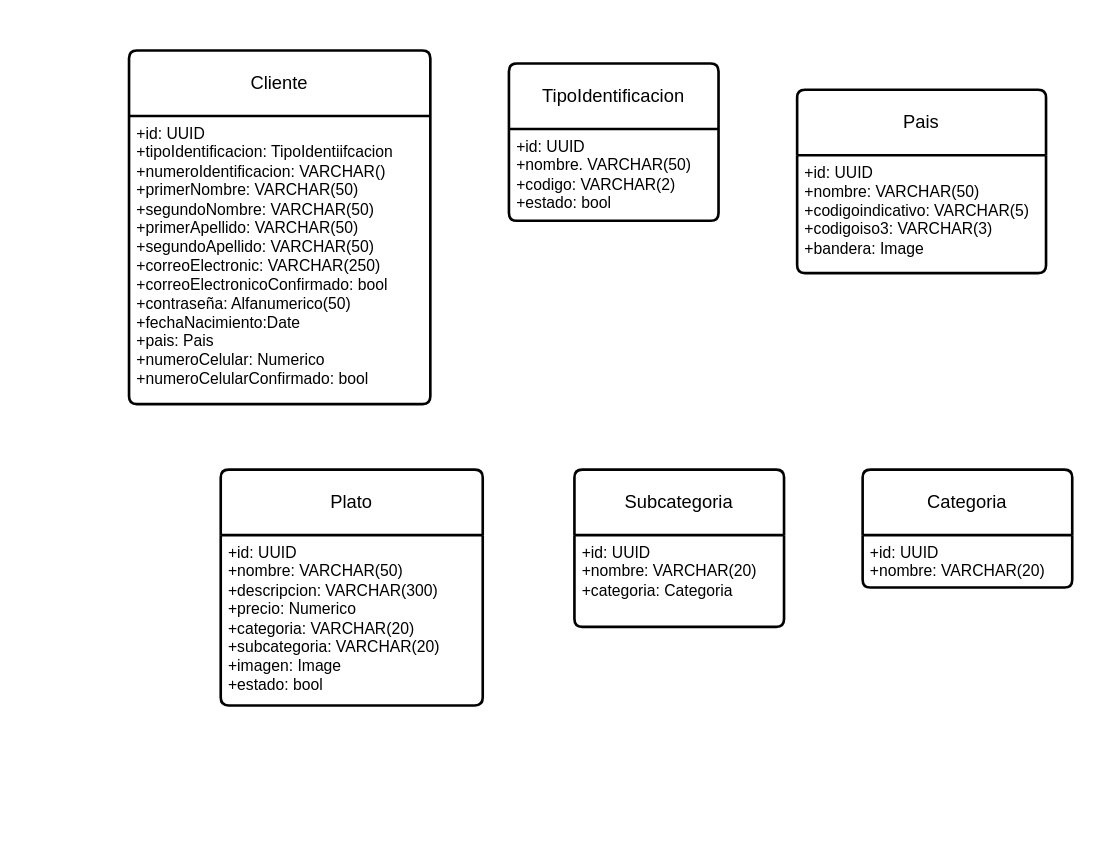
Earlier version of the draw.io diagram page "MER" (14 of 14) of Restaurante_Disenio.drawio (andrescardo98/doo). Source tidied: cells renumbered, new cells numbered last; positions are measured from the earlier drawing's top-left corner, leaving out a move shared by most shapes. Both pictures are drawn from the tidied source at 131%, with x=0, y=0 at pixel (128, 50).
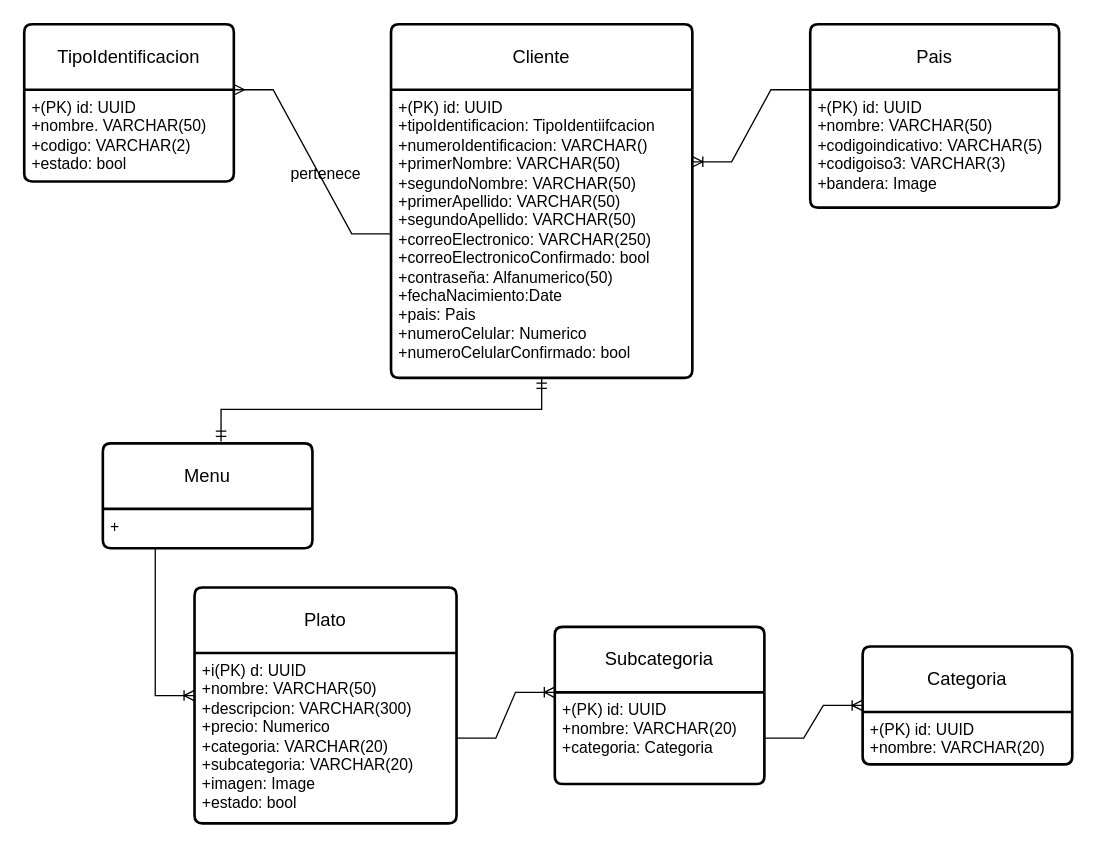
Above is the later version.

The edit, as a diff of the source:
```diff
@@
     <mxCell id="2" value="Cliente" style="swimlane;horizontal=1;startSize=50;rounded=1;fontSize=14;fontStyle=0;strokeWidth=2;shadow=0;dashed=0;align=center;arcSize=4;whiteSpace=wrap;html=1;" parent="1" vertex="1">
-      <mxGeometry width="230" height="270" as="geometry" />
+      <mxGeometry x="200" y="-20" width="230" height="270" as="geometry" />
     </mxCell>
-    <mxCell id="3" value="+id: UUID&lt;br&gt;+tipoIdentificacion: TipoIdentiifcacion&lt;br&gt;+numeroIdentificacion: VARCHAR()&lt;br&gt;+primerNombre: VARCHAR(50)&lt;br&gt;+segundoNombre: VARCHAR(50)&lt;br&gt;+primerApellido: VARCHAR(50)&lt;br&gt;+segundoApellido: VARCHAR(50)&lt;br&gt;+correoElectronic: VARCHAR(250)&lt;br&gt;+correoElectronicoConfirmado: bool&lt;br&gt;+contraseña: Alfanumerico(50)&lt;br&gt;+fechaNacimiento:Date&lt;br&gt;+pais: Pais&lt;br&gt;+numeroCelular: Numerico&lt;br&gt;+numeroCelularConfirmado: bool" style="align=left;strokeColor=none;fillColor=none;spacingLeft=4;fontSize=12;verticalAlign=top;html=1;" parent="2" vertex="1">
+    <mxCell id="3" value="+(PK)&amp;nbsp;id: UUID&lt;br&gt;+tipoIdentificacion: TipoIdentiifcacion&lt;br&gt;+numeroIdentificacion: VARCHAR()&lt;br&gt;+primerNombre: VARCHAR(50)&lt;br&gt;+segundoNombre: VARCHAR(50)&lt;br&gt;+primerApellido: VARCHAR(50)&lt;br&gt;+segundoApellido: VARCHAR(50)&lt;br&gt;+correoElectronico: VARCHAR(250)&lt;br&gt;+correoElectronicoConfirmado: bool&lt;br&gt;+contraseña: Alfanumerico(50)&lt;br&gt;+fechaNacimiento:Date&lt;br&gt;+pais: Pais&lt;br&gt;+numeroCelular: Numerico&lt;br&gt;+numeroCelularConfirmado: bool" style="align=left;strokeColor=none;fillColor=none;spacingLeft=4;fontSize=12;verticalAlign=top;html=1;" parent="2" vertex="1">
       <mxGeometry y="50" width="230" height="220" as="geometry" />
     </mxCell>
     <mxCell id="4" value="TipoIdentificacion" style="swimlane;horizontal=1;startSize=50;rounded=1;fontSize=14;fontStyle=0;strokeWidth=2;shadow=0;dashed=0;align=center;arcSize=4;whiteSpace=wrap;html=1;" parent="1" vertex="1">
-      <mxGeometry x="290" y="10" width="160" height="120" as="geometry" />
+      <mxGeometry x="-80" y="-20" width="160" height="120" as="geometry" />
     </mxCell>
-    <mxCell id="5" value="+id: UUID&lt;br&gt;+nombre. VARCHAR(50)&lt;br&gt;+codigo: VARCHAR(2)&lt;br&gt;+estado: bool" style="align=left;strokeColor=none;fillColor=none;spacingLeft=4;fontSize=12;verticalAlign=top;html=1;" parent="4" vertex="1">
+    <mxCell id="5" value="+(PK) id: UUID&lt;br&gt;+nombre. VARCHAR(50)&lt;br&gt;+codigo: VARCHAR(2)&lt;br&gt;+estado: bool" style="align=left;strokeColor=none;fillColor=none;spacingLeft=4;fontSize=12;verticalAlign=top;html=1;" parent="4" vertex="1">
       <mxGeometry y="50" width="160" height="70" as="geometry" />
     </mxCell>
     <mxCell id="6" value="Pais" style="swimlane;horizontal=1;startSize=50;rounded=1;fontSize=14;fontStyle=0;strokeWidth=2;shadow=0;dashed=0;align=center;arcSize=4;whiteSpace=wrap;html=1;" parent="1" vertex="1">
-      <mxGeometry x="510" y="30" width="190" height="140" as="geometry" />
+      <mxGeometry x="520" y="-20" width="190" height="140" as="geometry" />
     </mxCell>
-    <mxCell id="7" value="+id: UUID&lt;br&gt;+nombre: VARCHAR(50)&lt;br&gt;+codigoindicativo: VARCHAR(5)&lt;br&gt;+codigoiso3: VARCHAR(3)&lt;br&gt;+bandera: Image" style="align=left;strokeColor=none;fillColor=none;spacingLeft=4;fontSize=12;verticalAlign=top;html=1;" parent="6" vertex="1">
+    <mxCell id="7" value="+(PK)&amp;nbsp;id: UUID&lt;br&gt;+nombre: VARCHAR(50)&lt;br&gt;+codigoindicativo: VARCHAR(5)&lt;br&gt;+codigoiso3: VARCHAR(3)&lt;br&gt;+bandera: Image" style="align=left;strokeColor=none;fillColor=none;spacingLeft=4;fontSize=12;verticalAlign=top;html=1;" parent="6" vertex="1">
       <mxGeometry y="50" width="190" height="90" as="geometry" />
     </mxCell>
     <mxCell id="8" value="Plato" style="swimlane;horizontal=1;startSize=50;rounded=1;fontSize=14;fontStyle=0;strokeWidth=2;shadow=0;dashed=0;align=center;arcSize=4;whiteSpace=wrap;html=1;" parent="1" vertex="1">
-      <mxGeometry x="70" y="320" width="200" height="180" as="geometry" />
+      <mxGeometry x="50" y="410" width="200" height="180" as="geometry" />
     </mxCell>
-    <mxCell id="9" value="+id: UUID&lt;br&gt;+nombre: VARCHAR(50)&lt;br&gt;+descripcion: VARCHAR(300)&lt;br&gt;+precio: Numerico&lt;br&gt;+categoria: VARCHAR(20)&lt;br&gt;+subcategoria: VARCHAR(20)&lt;br&gt;+imagen: Image&lt;br&gt;+estado: bool" style="align=left;strokeColor=none;fillColor=none;spacingLeft=4;fontSize=12;verticalAlign=top;html=1;" parent="8" vertex="1">
+    <mxCell id="9" value="+i(PK)&amp;nbsp;d: UUID&lt;br&gt;+nombre: VARCHAR(50)&lt;br&gt;+descripcion: VARCHAR(300)&lt;br&gt;+precio: Numerico&lt;br&gt;+categoria: VARCHAR(20)&lt;br&gt;+subcategoria: VARCHAR(20)&lt;br&gt;+imagen: Image&lt;br&gt;+estado: bool" style="align=left;strokeColor=none;fillColor=none;spacingLeft=4;fontSize=12;verticalAlign=top;html=1;" parent="8" vertex="1">
       <mxGeometry y="50" width="200" height="130" as="geometry" />
     </mxCell>
     <mxCell id="10" value="Subcategoria" style="swimlane;horizontal=1;startSize=50;rounded=1;fontSize=14;fontStyle=0;strokeWidth=2;shadow=0;dashed=0;align=center;arcSize=4;whiteSpace=wrap;html=1;" parent="1" vertex="1">
-      <mxGeometry x="340" y="320" width="160" height="120" as="geometry" />
+      <mxGeometry x="325" y="440" width="160" height="120" as="geometry" />
     </mxCell>
-    <mxCell id="11" value="+id: UUID&lt;br&gt;+nombre: VARCHAR(20)&lt;br&gt;+categoria: Categoria" style="align=left;strokeColor=none;fillColor=none;spacingLeft=4;fontSize=12;verticalAlign=top;html=1;" parent="10" vertex="1">
+    <mxCell id="11" value="+(PK)&amp;nbsp;id: UUID&lt;br&gt;+nombre: VARCHAR(20)&lt;br&gt;+categoria: Categoria" style="align=left;strokeColor=none;fillColor=none;spacingLeft=4;fontSize=12;verticalAlign=top;html=1;" parent="10" vertex="1">
       <mxGeometry y="50" width="160" height="70" as="geometry" />
     </mxCell>
     <mxCell id="12" value="Categoria" style="swimlane;horizontal=1;startSize=50;rounded=1;fontSize=14;fontStyle=0;strokeWidth=2;shadow=0;dashed=0;align=center;arcSize=4;whiteSpace=wrap;html=1;" parent="1" vertex="1">
-      <mxGeometry x="560" y="320" width="160" height="90" as="geometry" />
+      <mxGeometry x="560" y="455" width="160" height="90" as="geometry" />
     </mxCell>
-    <mxCell id="13" value="+id: UUID&lt;br&gt;+nombre: VARCHAR(20)" style="align=left;strokeColor=none;fillColor=none;spacingLeft=4;fontSize=12;verticalAlign=top;html=1;" parent="12" vertex="1">
+    <mxCell id="13" value="+(PK) id: UUID&lt;br&gt;+nombre: VARCHAR(20)" style="align=left;strokeColor=none;fillColor=none;spacingLeft=4;fontSize=12;verticalAlign=top;html=1;" parent="12" vertex="1">
       <mxGeometry y="50" width="160" height="40" as="geometry" />
     </mxCell>
+    <mxCell id="14" style="edgeStyle=entityRelationEdgeStyle;fontSize=12;html=1;endArrow=ERmany;rounded=0;entryX=1;entryY=0;entryDx=0;entryDy=0;exitX=0;exitY=0.5;exitDx=0;exitDy=0;" parent="1" edge="1" source="3" target="5">
+      <mxGeometry relative="1" as="geometry" />
+    </mxCell>
+    <mxCell id="15" value="pertenece" style="text;html=1;align=center;verticalAlign=middle;strokeColor=none;fillColor=none;" parent="1" vertex="1">
+      <mxGeometry x="110" y="80" width="80" height="30" as="geometry" />
+    </mxCell>
+    <mxCell id="16" value="Menu" style="swimlane;horizontal=1;startSize=50;rounded=1;fontSize=14;fontStyle=0;strokeWidth=2;shadow=0;dashed=0;align=center;arcSize=4;whiteSpace=wrap;html=1;" parent="1" vertex="1">
+      <mxGeometry x="-20" y="300" width="160" height="80" as="geometry" />
+    </mxCell>
+    <mxCell id="17" value="+" style="align=left;strokeColor=none;fillColor=none;spacingLeft=4;fontSize=12;verticalAlign=top;html=1;" parent="16" vertex="1">
+      <mxGeometry y="50" width="160" height="30" as="geometry" />
+    </mxCell>
+    <mxCell id="18" style="edgeStyle=elbowEdgeStyle;fontSize=12;html=1;endArrow=ERmandOne;startArrow=ERmandOne;rounded=0;exitX=0.564;exitY=-0.018;exitDx=0;exitDy=0;exitPerimeter=0;entryX=0.5;entryY=1;entryDx=0;entryDy=0;elbow=vertical;" parent="1" edge="1" source="16" target="3">
+      <mxGeometry relative="1" as="geometry" />
+    </mxCell>
+    <mxCell id="19" style="edgeStyle=orthogonalEdgeStyle;fontSize=12;html=1;endArrow=ERoneToMany;rounded=0;exitX=0.25;exitY=1;exitDx=0;exitDy=0;entryX=0;entryY=0.25;entryDx=0;entryDy=0;" parent="1" edge="1" source="17" target="9">
+      <mxGeometry relative="1" as="geometry" />
+    </mxCell>
+    <mxCell id="20" style="edgeStyle=entityRelationEdgeStyle;fontSize=12;html=1;endArrow=ERoneToMany;rounded=0;exitX=1;exitY=0.5;exitDx=0;exitDy=0;entryX=0;entryY=0;entryDx=0;entryDy=0;" parent="1" edge="1" source="9" target="11">
+      <mxGeometry relative="1" as="geometry" />
+    </mxCell>
+    <mxCell id="21" style="edgeStyle=entityRelationEdgeStyle;fontSize=12;html=1;endArrow=ERoneToMany;rounded=0;exitX=1;exitY=0.5;exitDx=0;exitDy=0;entryX=0;entryY=0.5;entryDx=0;entryDy=0;" parent="1" edge="1" source="11" target="12">
+      <mxGeometry relative="1" as="geometry" />
+    </mxCell>
+    <mxCell id="22" style="edgeStyle=entityRelationEdgeStyle;fontSize=12;html=1;endArrow=ERoneToMany;rounded=0;entryX=1;entryY=0.25;entryDx=0;entryDy=0;exitX=0;exitY=0;exitDx=0;exitDy=0;" parent="1" edge="1" source="7" target="3">
+      <mxGeometry relative="1" as="geometry" />
+    </mxCell>
```
